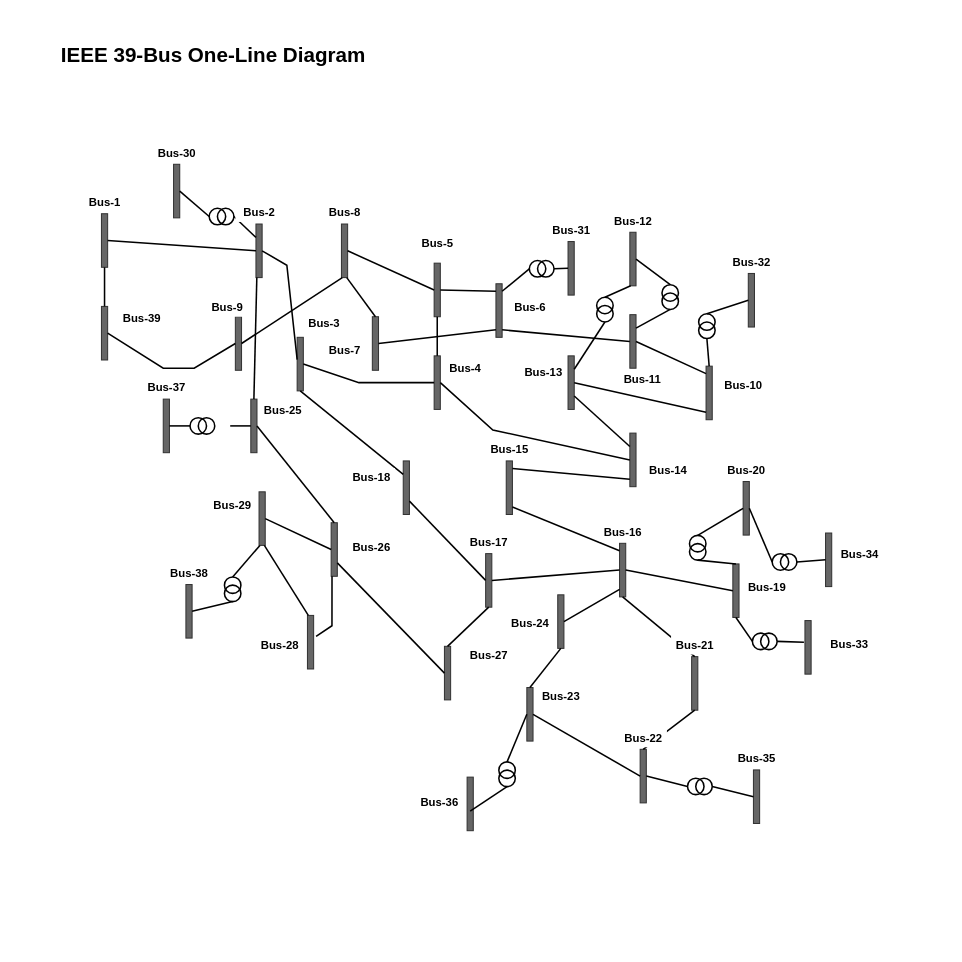
The draw.io diagram wspace/data/ieee/ieee39/diagram/ieee39-oneline.drawio in InterPSS-Project/ipss-agent, before the edit. Source tidied: cells renumbered, new cells numbered last; positions are measured from the earlier drawing's top-left corner, leaving out a move shared by most shapes. Both pictures are drawn from the tidied source at 103%, with x=0, y=0 at pixel (18, 18).
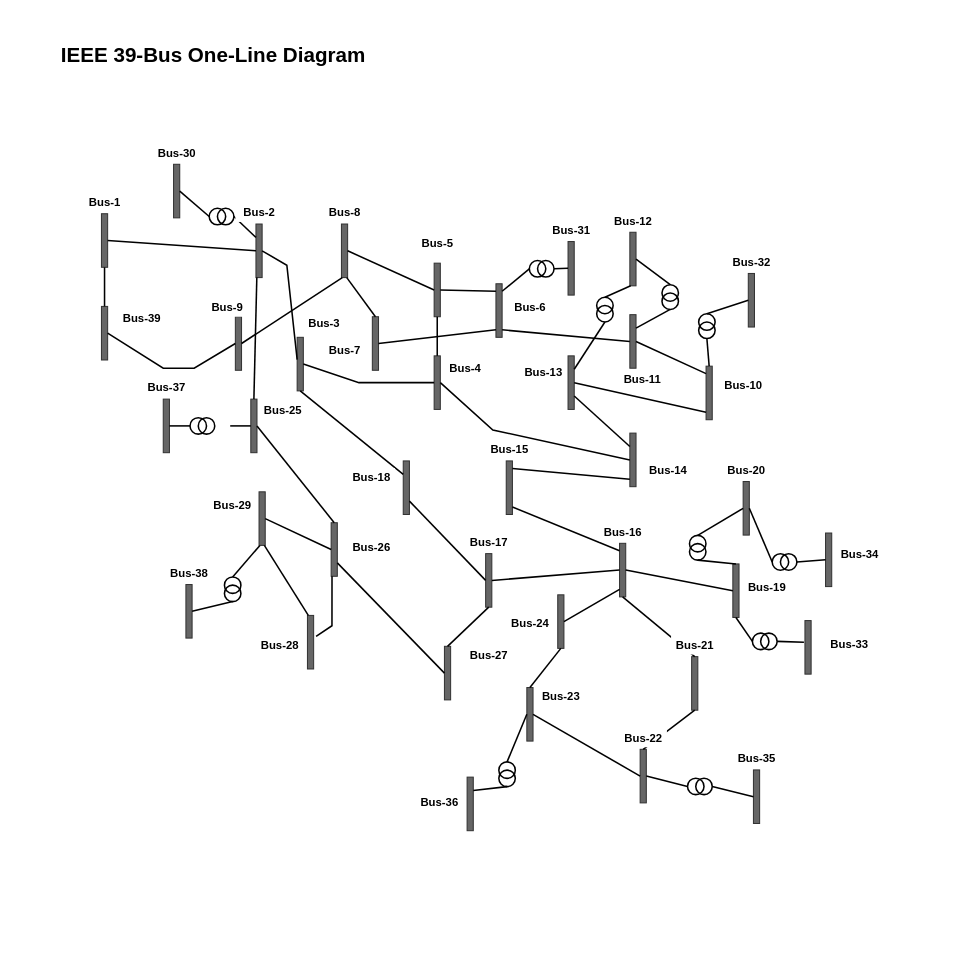
The same page after the edit.

Unchanged cells that the change refers to:
```xml
<mxCell id="39" style="rounded=0;fillColor=#666666;strokeColor=#333333;" parent="1" vertex="1">
  <mxGeometry x="436" y="737" width="6" height="52" as="geometry" />
</mxCell>
<mxCell id="124" style="ellipse;fillColor=none;strokeColor=#000000;strokeWidth=1.5;" parent="122" vertex="1">
  <mxGeometry y="8" width="16" height="16" as="geometry" />
</mxCell>
```

Diff of the diagram source:
```diff
@@
-    <mxCell id="92" style="endArrow=none;html=1;rounded=0;strokeColor=#000000;strokeWidth=1.5;exitX=0.5;exitY=0;entryX=0.5;entryY=1;entryDx=0;entryDy=0;" parent="1" edge="1" target="124">
-      <mxGeometry relative="1" as="geometry">
-        <mxPoint x="439" y="770" as="sourcePoint" />
-      </mxGeometry>
+    <mxCell id="92" style="endArrow=none;html=1;rounded=0;strokeColor=#000000;strokeWidth=1.5;exitX=1;exitY=0.25;entryX=0.5;entryY=1;entryDx=0;entryDy=0;exitDx=0;exitDy=0;" parent="1" edge="1" source="39" target="124">
+      <mxGeometry relative="1" as="geometry" />
     </mxCell>
```
